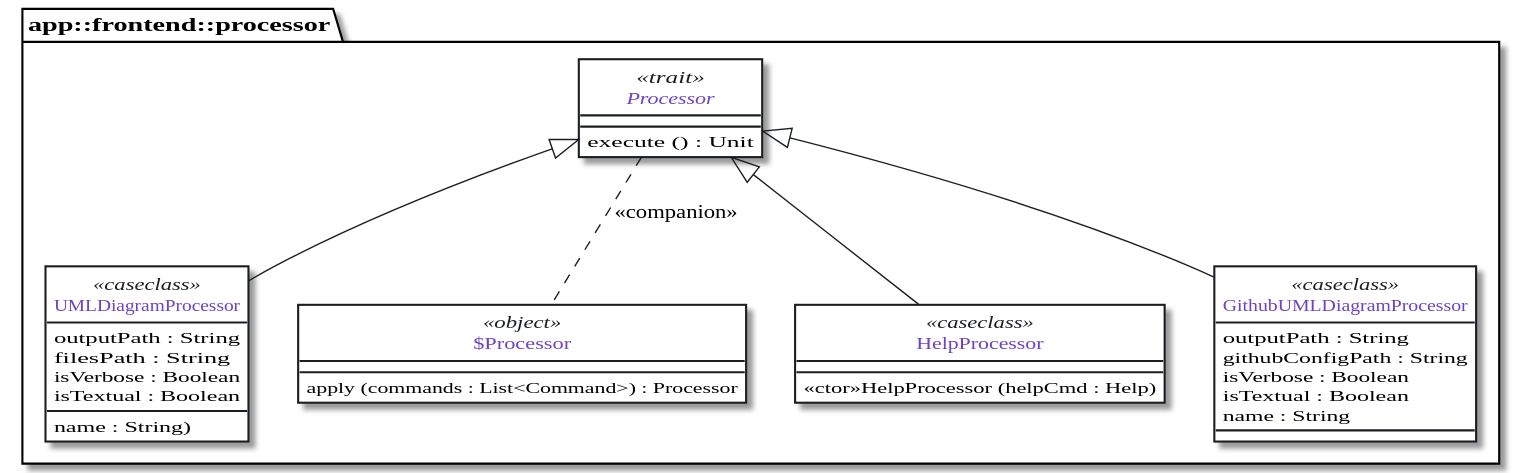
The PlantUML diagram out/diagrams/playground/need_to_find_id.svg in tizuck/scala-uml-diagrams, before a commit.
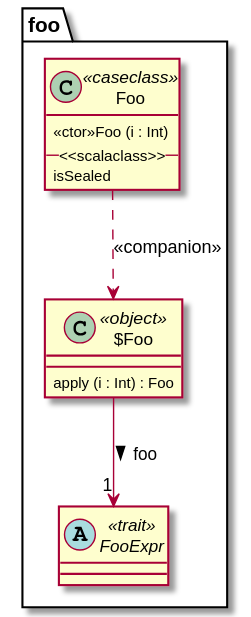
Above is the later version.

The edit, as a diff of the source:
```diff
@@ -1,57 +1,14 @@
 @startuml need_to_find_id
-package app::frontend::processor{
-    class app::frontend::processor.UMLDiagramProcessor << caseclass >>{
-        outputPath : String
-        filesPath : String
-        isVerbose : Boolean
-        isTextual : Boolean
-        name : String)
-    }
-    class app::frontend::processor.$Processor << object >>{
-        apply (commands : List<Command>) : Processor
-    }
-    abstract class app::frontend::processor.Processor << trait >>{
-        execute () : Unit
+abstract class foo.FooExpr << trait >>
+class foo.Foo << caseclass >>{
+    << ctor >>Foo (i : Int)
+-- <<scalaclass>> --
+    isSealed
+}
+class foo.$Foo << object >>{
+    apply (i : Int) : Foo
 
-    }
-    class app::frontend::processor.HelpProcessor << caseclass >>{
-        << ctor >>HelpProcessor (helpCmd : Help)
-
-    }
-    class app::frontend::processor.GithubUMLDiagramProcessor << caseclass >>{
-        outputPath : String
-        githubConfigPath : String
-        isVerbose : Boolean
-        isTextual : Boolean
-        name : String
-    }
 }
-app::frontend::processor.Processor .. app::frontend::processor.$Processor : <<companion>>
-app::frontend::processor.Processor <|-- app::frontend::processor.GithubUMLDiagramProcessor
-app::frontend::processor.Processor <|-- app::frontend::processor.HelpProcessor
-app::frontend::processor.Processor <|-- app::frontend::processor.UMLDiagramProcessor
-
-hide circle
-skinparam defaultFontName Source Code Pro
-
-skinparam ClassStereotypeFontColor #1b1f23
-
-skinparam class {
-    BackgroundColor White
-    BorderColor #1b1f23
-    ArrowColor #1b1f23
-    FontColor #6f42c1
-}
-
-skinparam note {
-    BackgroundColor White
-    BorderColor #1b1f23
-    ArrowColor #1b1f23
-    FontColor #d73a49
-}
-
-
-skinparam stereotype {
-    FontColor #d73a49
-}
+foo.$Foo --> "1" foo.FooExpr : foo   >
+foo.Foo ..> foo.$Foo : << companion >>
 @enduml
```
